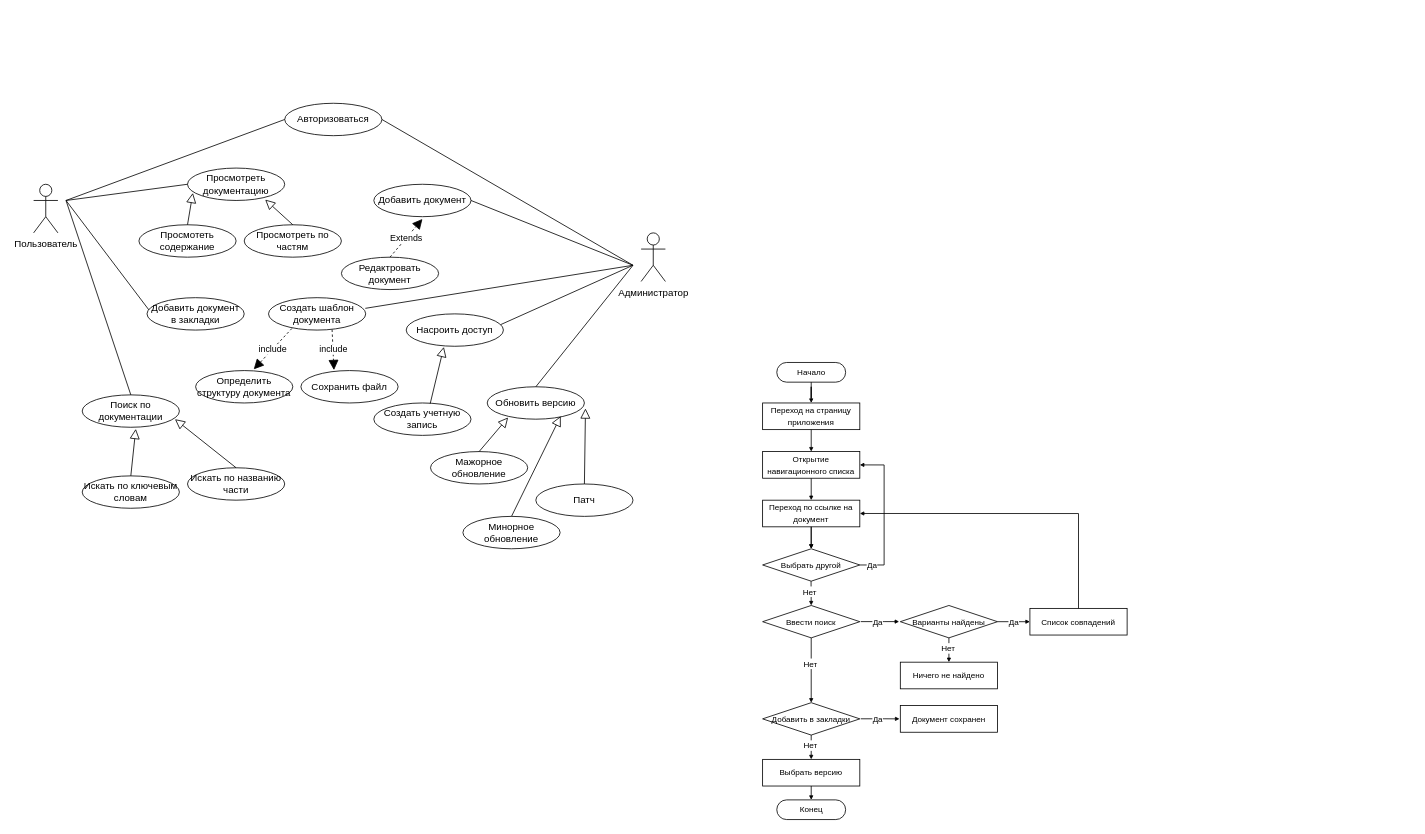
This is docschemas.drawio from Maquim4/repository_for_challenge, a draw.io file, before an edit. Source tidied: cells renumbered, new cells numbered last; positions are measured from the earlier drawing's top-left corner, leaving out a move shared by most shapes. Both pictures are drawn from the tidied source at 81%, with x=0, y=0 at pixel (33, 103).
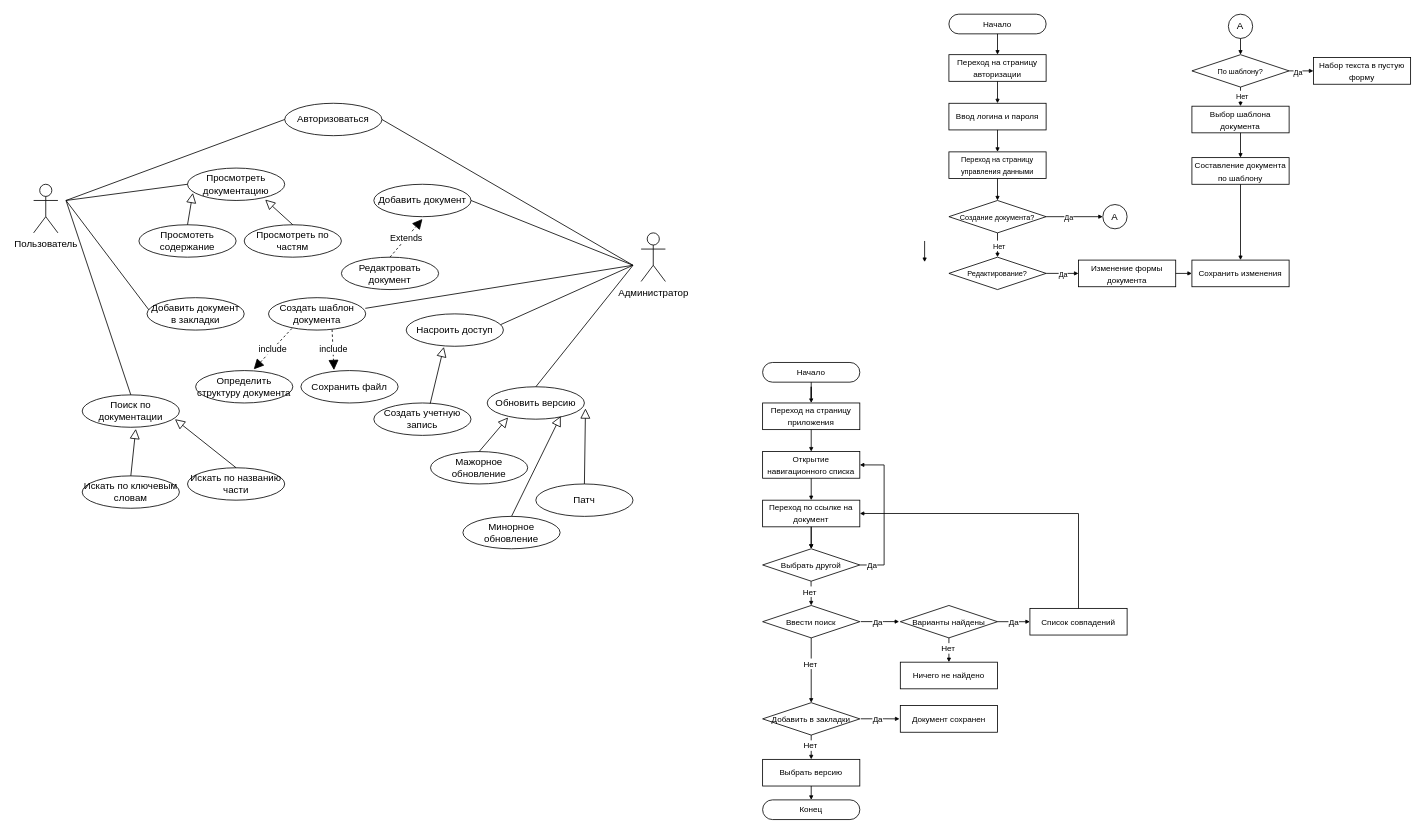
Above is the later version.

What changed in the source:
```diff
@@
     <mxCell id="43" value="&lt;font style=&quot;font-size: 10px;&quot;&gt;Начало&lt;/font&gt;" style="rounded=1;whiteSpace=wrap;html=1;arcSize=50;" parent="1" vertex="1">
-      <mxGeometry x="917.5" y="320" width="85" height="24.3" as="geometry" />
+      <mxGeometry x="900" y="320" width="120" height="24.3" as="geometry" />
     </mxCell>
@@
     <mxCell id="77" value="&lt;font style=&quot;font-size: 10px;&quot;&gt;Конец&lt;/font&gt;" style="rounded=1;whiteSpace=wrap;html=1;arcSize=50;" parent="1" vertex="1">
-      <mxGeometry x="917.5" y="860" width="85" height="24.3" as="geometry" />
+      <mxGeometry x="900" y="860" width="120" height="24.3" as="geometry" />
     </mxCell>
@@
+    <mxCell id="79" value="&lt;font style=&quot;font-size: 10px;&quot;&gt;Начало&lt;/font&gt;" style="rounded=1;whiteSpace=wrap;html=1;arcSize=50;" parent="1" vertex="1">
+      <mxGeometry x="1130" y="-110" width="120" height="24.3" as="geometry" />
+    </mxCell>
+    <mxCell id="80" value="&lt;font style=&quot;font-size: 10px;&quot;&gt;Переход на страницу авторизации&lt;/font&gt;" style="rounded=1;whiteSpace=wrap;html=1;arcSize=0;" parent="1" vertex="1">
+      <mxGeometry x="1130" y="-60" width="120" height="32.9" as="geometry" />
+    </mxCell>
+    <mxCell id="81" value="&lt;font style=&quot;font-size: 10px;&quot;&gt;Ввод логина и пароля&lt;/font&gt;" style="rounded=1;whiteSpace=wrap;html=1;arcSize=0;" parent="1" vertex="1">
+      <mxGeometry x="1130" width="120" height="32.9" as="geometry" />
+    </mxCell>
+    <mxCell id="82" value="&lt;font style=&quot;font-size: 9px;&quot;&gt;Переход на страницу управления данными&lt;/font&gt;" style="rounded=1;whiteSpace=wrap;html=1;arcSize=0;" parent="1" vertex="1">
+      <mxGeometry x="1130" y="60" width="120" height="32.9" as="geometry" />
+    </mxCell>
+    <mxCell id="83" value="&lt;font style=&quot;font-size: 9px;&quot;&gt;Редактирование?&lt;/font&gt;" style="rhombus;whiteSpace=wrap;html=1;" parent="1" vertex="1">
+      <mxGeometry x="1130" y="190" width="120" height="40" as="geometry" />
+    </mxCell>
+    <mxCell id="84" value="&lt;font style=&quot;font-size: 10px;&quot;&gt;Изменение формы документа&lt;/font&gt;" style="rounded=1;whiteSpace=wrap;html=1;arcSize=0;" parent="1" vertex="1">
+      <mxGeometry x="1290" y="193.6" width="120" height="32.9" as="geometry" />
+    </mxCell>
+    <mxCell id="85" value="&lt;font style=&quot;font-size: 9px;&quot;&gt;Создание документа?&lt;/font&gt;" style="rhombus;whiteSpace=wrap;html=1;" parent="1" vertex="1">
+      <mxGeometry x="1130" y="120" width="120" height="40" as="geometry" />
+    </mxCell>
+    <mxCell id="86" value="&lt;font style=&quot;font-size: 10px;&quot;&gt;Набор текста в пустую форму&lt;br&gt;&lt;/font&gt;" style="rounded=1;whiteSpace=wrap;html=1;arcSize=0;" parent="1" vertex="1">
+      <mxGeometry x="1580" y="-56.4" width="120" height="32.9" as="geometry" />
+    </mxCell>
+    <mxCell id="87" value="A" style="ellipse;whiteSpace=wrap;html=1;" parent="1" vertex="1">
+      <mxGeometry x="1320" y="125" width="30" height="30" as="geometry" />
+    </mxCell>
+    <mxCell id="88" style="edgeStyle=orthogonalEdgeStyle;rounded=0;orthogonalLoop=1;jettySize=auto;html=1;entryX=0.5;entryY=0;entryDx=0;entryDy=0;endSize=3;startSize=3;endArrow=block;endFill=1;" parent="1" edge="1">
+      <mxGeometry relative="1" as="geometry">
+        <mxPoint x="1100" y="170" as="sourcePoint" />
+        <mxPoint x="1100" y="196" as="targetPoint" />
+      </mxGeometry>
+    </mxCell>
+    <mxCell id="89" style="edgeStyle=orthogonalEdgeStyle;rounded=0;jettySize=auto;html=1;entryX=0;entryY=0.5;entryDx=0;entryDy=0;endSize=3;startSize=3;endArrow=block;endFill=1;exitX=1;exitY=0.5;exitDx=0;exitDy=0;" parent="1" edge="1" source="85" target="87">
+      <mxGeometry relative="1" as="geometry" />
+    </mxCell>
+    <mxCell id="90" value="&lt;font style=&quot;font-size: 9px;&quot;&gt;Да&lt;/font&gt;" style="edgeLabel;html=1;align=center;verticalAlign=middle;" parent="89" vertex="1">
+      <mxGeometry x="-0.24" relative="1" as="geometry" />
+    </mxCell>
+    <mxCell id="91" style="edgeStyle=orthogonalEdgeStyle;rounded=0;jettySize=auto;html=1;entryX=0.5;entryY=0;entryDx=0;entryDy=0;endSize=3;startSize=3;endArrow=block;endFill=1;exitX=0.5;exitY=1;exitDx=0;exitDy=0;" parent="1" edge="1" source="79" target="80">
+      <mxGeometry relative="1" as="geometry" />
+    </mxCell>
+    <mxCell id="92" style="edgeStyle=orthogonalEdgeStyle;rounded=0;jettySize=auto;html=1;endSize=3;startSize=3;endArrow=block;endFill=1;exitX=0.5;exitY=1;exitDx=0;exitDy=0;entryX=0.5;entryY=0;entryDx=0;entryDy=0;" parent="1" edge="1" source="80" target="81">
+      <mxGeometry relative="1" as="geometry" />
+    </mxCell>
+    <mxCell id="93" style="edgeStyle=orthogonalEdgeStyle;rounded=0;jettySize=auto;html=1;entryX=0.5;entryY=0;entryDx=0;entryDy=0;endSize=3;startSize=3;endArrow=block;endFill=1;exitX=0.5;exitY=1;exitDx=0;exitDy=0;" parent="1" edge="1" source="81" target="82">
+      <mxGeometry relative="1" as="geometry" />
+    </mxCell>
+    <mxCell id="94" style="edgeStyle=orthogonalEdgeStyle;rounded=0;jettySize=auto;html=1;entryX=0.5;entryY=0;entryDx=0;entryDy=0;endSize=3;startSize=3;endArrow=block;endFill=1;exitX=0.5;exitY=1;exitDx=0;exitDy=0;" parent="1" edge="1" source="82" target="85">
+      <mxGeometry relative="1" as="geometry" />
+    </mxCell>
+    <mxCell id="95" style="edgeStyle=orthogonalEdgeStyle;rounded=0;jettySize=auto;html=1;entryX=0.5;entryY=0;entryDx=0;entryDy=0;endSize=3;startSize=3;endArrow=block;endFill=1;exitX=0.5;exitY=1;exitDx=0;exitDy=0;" parent="1" edge="1" source="85" target="83">
+      <mxGeometry relative="1" as="geometry" />
+    </mxCell>
+    <mxCell id="96" value="&lt;font style=&quot;font-size: 9px;&quot;&gt;Нет&lt;/font&gt;" style="edgeLabel;html=1;align=center;verticalAlign=middle;" parent="95" vertex="1">
+      <mxGeometry x="-0.01" y="1" relative="1" as="geometry" />
+    </mxCell>
+    <mxCell id="97" style="edgeStyle=orthogonalEdgeStyle;rounded=0;jettySize=auto;html=1;entryX=0;entryY=0.5;entryDx=0;entryDy=0;endSize=3;startSize=3;endArrow=block;endFill=1;exitX=1;exitY=0.5;exitDx=0;exitDy=0;" parent="1" edge="1" source="83" target="84">
+      <mxGeometry relative="1" as="geometry" />
+    </mxCell>
+    <mxCell id="98" value="&lt;font style=&quot;font-size: 9px;&quot;&gt;Да&lt;/font&gt;" style="edgeLabel;html=1;align=center;verticalAlign=middle;" parent="97" vertex="1">
+      <mxGeometry x="-0.41" relative="1" as="geometry">
+        <mxPoint x="8" as="offset" />
+      </mxGeometry>
+    </mxCell>
+    <mxCell id="99" value="A" style="ellipse;whiteSpace=wrap;html=1;" parent="1" vertex="1">
+      <mxGeometry x="1475" y="-110" width="30" height="30" as="geometry" />
+    </mxCell>
+    <mxCell id="100" value="&lt;font style=&quot;font-size: 9px;&quot;&gt;По шаблону?&lt;/font&gt;" style="rhombus;whiteSpace=wrap;html=1;" parent="1" vertex="1">
+      <mxGeometry x="1430" y="-60" width="120" height="40" as="geometry" />
+    </mxCell>
+    <mxCell id="101" value="&lt;font style=&quot;font-size: 10px;&quot;&gt;Выбор шаблона документа&lt;br&gt;&lt;/font&gt;" style="rounded=1;whiteSpace=wrap;html=1;arcSize=0;" parent="1" vertex="1">
+      <mxGeometry x="1430" y="3.6" width="120" height="32.9" as="geometry" />
+    </mxCell>
+    <mxCell id="102" style="edgeStyle=orthogonalEdgeStyle;rounded=0;jettySize=auto;html=1;endSize=3;startSize=3;endArrow=block;endFill=1;exitX=0.5;exitY=1;exitDx=0;exitDy=0;entryX=0.5;entryY=0;entryDx=0;entryDy=0;" parent="1" edge="1" source="99" target="100">
+      <mxGeometry relative="1" as="geometry" />
+    </mxCell>
+    <mxCell id="103" style="edgeStyle=orthogonalEdgeStyle;rounded=0;jettySize=auto;html=1;entryX=0;entryY=0.5;entryDx=0;entryDy=0;endSize=3;startSize=3;endArrow=block;endFill=1;exitX=1;exitY=0.5;exitDx=0;exitDy=0;" parent="1" edge="1" source="100" target="86">
+      <mxGeometry relative="1" as="geometry" />
+    </mxCell>
+    <mxCell id="104" value="&lt;font style=&quot;font-size: 9px;&quot;&gt;Да&lt;/font&gt;" style="edgeLabel;html=1;align=center;verticalAlign=middle;" parent="103" vertex="1">
+      <mxGeometry x="-0.45" y="-1" relative="1" as="geometry">
+        <mxPoint x="2" y="-1" as="offset" />
+      </mxGeometry>
+    </mxCell>
+    <mxCell id="105" style="edgeStyle=orthogonalEdgeStyle;rounded=0;jettySize=auto;html=1;endSize=3;startSize=3;endArrow=block;endFill=1;entryX=0.5;entryY=0;entryDx=0;entryDy=0;exitX=0.5;exitY=1;exitDx=0;exitDy=0;" parent="1" edge="1" source="100" target="101">
+      <mxGeometry relative="1" as="geometry" />
+    </mxCell>
+    <mxCell id="106" value="&lt;font style=&quot;font-size: 9px;&quot;&gt;Нет&lt;/font&gt;" style="edgeLabel;html=1;align=center;verticalAlign=middle;" parent="105" vertex="1">
+      <mxGeometry x="-0.19" y="1" relative="1" as="geometry" />
+    </mxCell>
+    <mxCell id="107" value="&lt;font style=&quot;font-size: 10px;&quot;&gt;Составление документа по шаблону&lt;br&gt;&lt;/font&gt;" style="rounded=1;whiteSpace=wrap;html=1;arcSize=0;" parent="1" vertex="1">
+      <mxGeometry x="1430" y="67.1" width="120" height="32.9" as="geometry" />
+    </mxCell>
+    <mxCell id="108" style="edgeStyle=orthogonalEdgeStyle;rounded=0;jettySize=auto;html=1;endSize=3;startSize=3;endArrow=block;endFill=1;entryX=0.5;entryY=0;entryDx=0;entryDy=0;exitX=0.5;exitY=1;exitDx=0;exitDy=0;" parent="1" edge="1" source="101" target="107">
+      <mxGeometry relative="1" as="geometry" />
+    </mxCell>
+    <mxCell id="109" value="&lt;span style=&quot;font-size: 10px;&quot;&gt;Сохранить изменения&lt;/span&gt;" style="rounded=1;whiteSpace=wrap;html=1;arcSize=0;" parent="1" vertex="1">
+      <mxGeometry x="1430" y="193.6" width="120" height="32.9" as="geometry" />
+    </mxCell>
+    <mxCell id="110" style="edgeStyle=orthogonalEdgeStyle;rounded=0;jettySize=auto;html=1;endSize=3;startSize=3;endArrow=block;endFill=1;entryX=0.5;entryY=0;entryDx=0;entryDy=0;exitX=0.5;exitY=1;exitDx=0;exitDy=0;" parent="1" edge="1" source="107" target="109">
+      <mxGeometry relative="1" as="geometry" />
+    </mxCell>
+    <mxCell id="111" style="edgeStyle=orthogonalEdgeStyle;rounded=0;jettySize=auto;html=1;entryX=0;entryY=0.5;entryDx=0;entryDy=0;endSize=3;startSize=3;endArrow=block;endFill=1;exitX=1;exitY=0.5;exitDx=0;exitDy=0;" parent="1" edge="1" source="84" target="109">
+      <mxGeometry relative="1" as="geometry" />
+    </mxCell>
```
